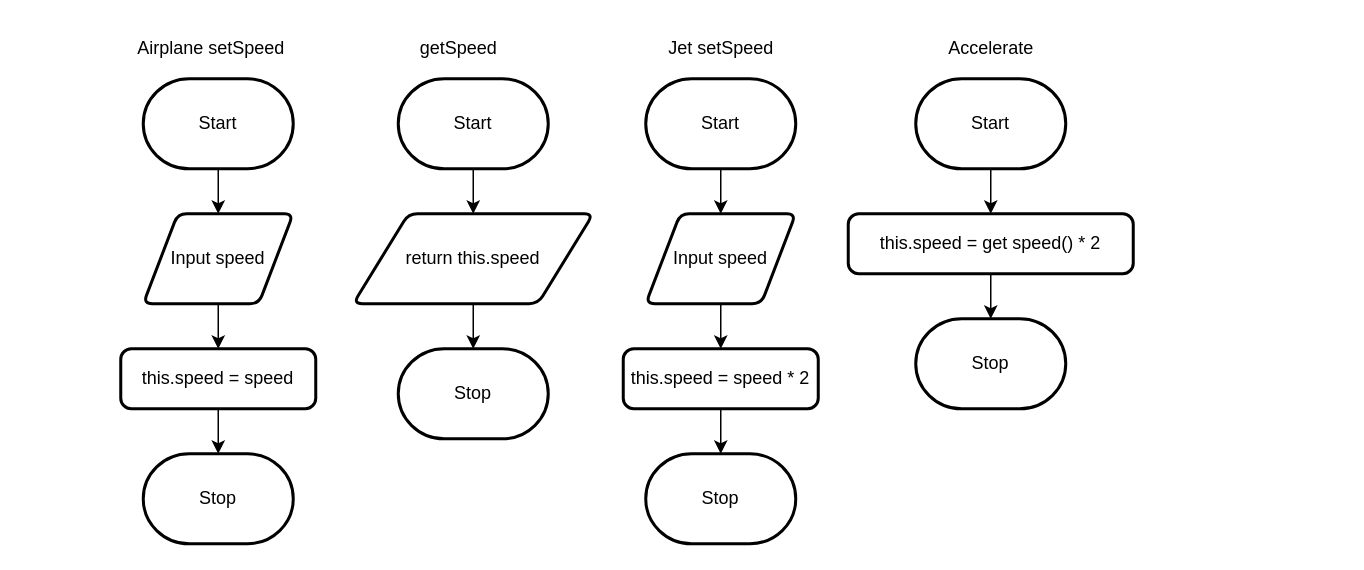
Earlier version of the draw.io diagram Unit2-07/Design/flowchart.drawio (Samuel-Webster-178/ICS4U-Unit2-Samuel-Webster). Source tidied: cells renumbered, new cells numbered last; positions are measured from the earlier drawing's top-left corner, leaving out a move shared by most shapes. Both pictures are drawn from the tidied source at 150%, with x=0, y=0 at pixel (120, 26).
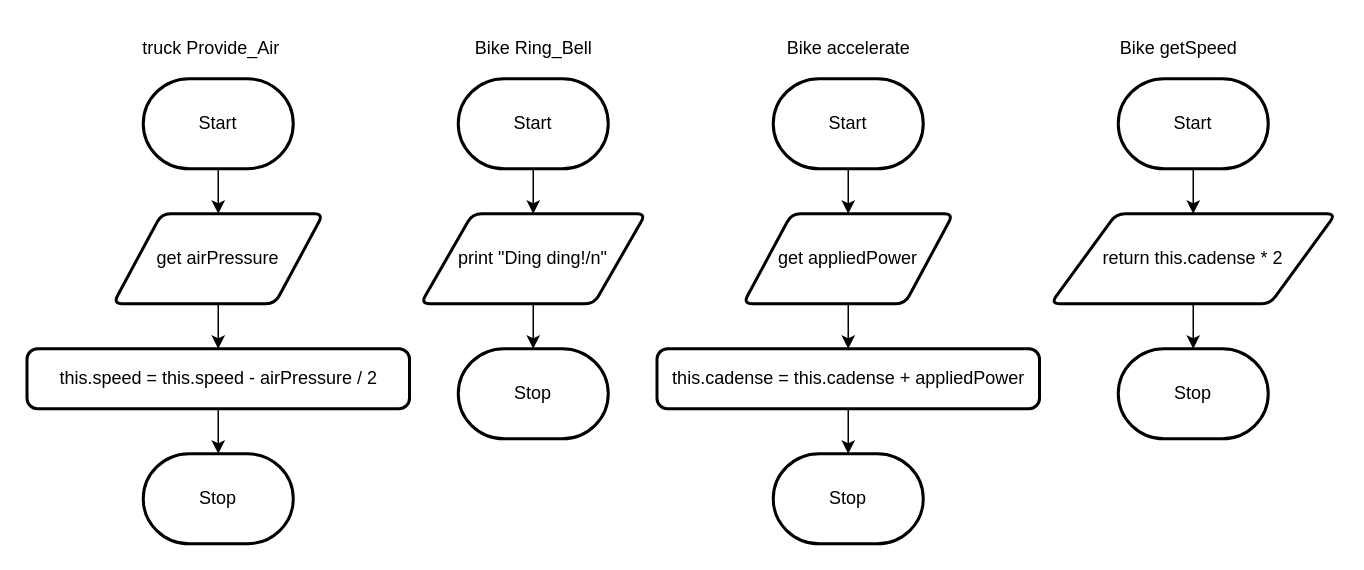
The same page after the edit.

The change refers to these unchanged cells:
```xml
<mxCell id="3" value="Start" style="strokeWidth=2;html=1;shape=mxgraph.flowchart.terminator;whiteSpace=wrap;" parent="1" vertex="1">
  <mxGeometry x="15" y="35" width="100" height="60" as="geometry" />
</mxCell>
```

Change to the diagram source:
```diff
@@
-    <mxCell id="2" style="edgeStyle=none;html=1;" parent="1" edge="1" source="3" target="11">
-      <mxGeometry relative="1" as="geometry" />
+    <mxCell id="2" style="edgeStyle=none;html=1;" parent="1" edge="1" source="3">
+      <mxGeometry relative="1" as="geometry">
+        <mxPoint x="65" y="125" as="targetPoint" />
+      </mxGeometry>
     </mxCell>
@@
-    <mxCell id="6" value="this.speed = speed" style="rounded=1;whiteSpace=wrap;html=1;absoluteArcSize=1;arcSize=14;strokeWidth=2;" parent="1" vertex="1">
-      <mxGeometry y="215" width="130" height="40" as="geometry" />
+    <mxCell id="6" value="&lt;font style=&quot;&quot; face=&quot;Source Code Pro, Arial&quot;&gt;this.speed = this.speed - airPressure / 2&lt;/font&gt;" style="rounded=1;whiteSpace=wrap;html=1;absoluteArcSize=1;arcSize=14;strokeWidth=2;" parent="1" vertex="1">
+      <mxGeometry x="-62.5" y="215" width="255" height="40" as="geometry" />
     </mxCell>
-    <mxCell id="7" style="edgeStyle=none;html=1;" parent="1" edge="1" source="8" target="13">
-      <mxGeometry relative="1" as="geometry" />
-    </mxCell>
-    <mxCell id="8" value="Start" style="strokeWidth=2;html=1;shape=mxgraph.flowchart.terminator;whiteSpace=wrap;" parent="1" vertex="1">
-      <mxGeometry x="185" y="35" width="100" height="60" as="geometry" />
-    </mxCell>
-    <mxCell id="9" value="Stop" style="strokeWidth=2;html=1;shape=mxgraph.flowchart.terminator;whiteSpace=wrap;" parent="1" vertex="1">
-      <mxGeometry x="185" y="215" width="100" height="60" as="geometry" />
-    </mxCell>
-    <mxCell id="10" style="edgeStyle=none;html=1;" parent="1" edge="1" source="11" target="6">
-      <mxGeometry relative="1" as="geometry" />
-    </mxCell>
-    <mxCell id="11" value="Input speed" style="shape=parallelogram;html=1;strokeWidth=2;perimeter=parallelogramPerimeter;whiteSpace=wrap;rounded=1;arcSize=12;size=0.23;" parent="1" vertex="1">
-      <mxGeometry x="15" y="125" width="100" height="60" as="geometry" />
-    </mxCell>
-    <mxCell id="12" style="edgeStyle=none;html=1;" parent="1" edge="1" source="13" target="9">
-      <mxGeometry relative="1" as="geometry" />
-    </mxCell>
-    <mxCell id="13" value="return this.speed" style="shape=parallelogram;html=1;strokeWidth=2;perimeter=parallelogramPerimeter;whiteSpace=wrap;rounded=1;arcSize=12;size=0.23;" parent="1" vertex="1">
-      <mxGeometry x="155" y="125" width="160" height="60" as="geometry" />
-    </mxCell>
-    <mxCell id="14" style="edgeStyle=none;html=1;" parent="1" edge="1" source="15" target="20">
-      <mxGeometry relative="1" as="geometry" />
-    </mxCell>
-    <mxCell id="15" value="Start" style="strokeWidth=2;html=1;shape=mxgraph.flowchart.terminator;whiteSpace=wrap;" parent="1" vertex="1">
-      <mxGeometry x="350" y="35" width="100" height="60" as="geometry" />
-    </mxCell>
-    <mxCell id="16" value="Stop" style="strokeWidth=2;html=1;shape=mxgraph.flowchart.terminator;whiteSpace=wrap;" parent="1" vertex="1">
-      <mxGeometry x="350" y="285" width="100" height="60" as="geometry" />
-    </mxCell>
-    <mxCell id="17" style="edgeStyle=none;html=1;" parent="1" edge="1" source="18" target="16">
-      <mxGeometry relative="1" as="geometry" />
-    </mxCell>
-    <mxCell id="18" value="this.speed = speed * 2" style="rounded=1;whiteSpace=wrap;html=1;absoluteArcSize=1;arcSize=14;strokeWidth=2;" parent="1" vertex="1">
-      <mxGeometry x="335" y="215" width="130" height="40" as="geometry" />
-    </mxCell>
-    <mxCell id="19" style="edgeStyle=none;html=1;" parent="1" edge="1" source="20" target="18">
-      <mxGeometry relative="1" as="geometry" />
-    </mxCell>
-    <mxCell id="20" value="Input speed" style="shape=parallelogram;html=1;strokeWidth=2;perimeter=parallelogramPerimeter;whiteSpace=wrap;rounded=1;arcSize=12;size=0.23;" parent="1" vertex="1">
-      <mxGeometry x="350" y="125" width="100" height="60" as="geometry" />
-    </mxCell>
-    <mxCell id="21" style="edgeStyle=none;html=1;" parent="1" edge="1" source="22" target="25">
-      <mxGeometry relative="1" as="geometry" />
-    </mxCell>
-    <mxCell id="22" value="Start" style="strokeWidth=2;html=1;shape=mxgraph.flowchart.terminator;whiteSpace=wrap;" parent="1" vertex="1">
-      <mxGeometry x="530" y="35" width="100" height="60" as="geometry" />
-    </mxCell>
-    <mxCell id="23" value="Stop" style="strokeWidth=2;html=1;shape=mxgraph.flowchart.terminator;whiteSpace=wrap;" parent="1" vertex="1">
-      <mxGeometry x="530" y="195" width="100" height="60" as="geometry" />
-    </mxCell>
-    <mxCell id="24" style="edgeStyle=none;html=1;" parent="1" edge="1" source="25" target="23">
-      <mxGeometry relative="1" as="geometry" />
-    </mxCell>
-    <mxCell id="25" value="this.speed = get speed() * 2" style="rounded=1;whiteSpace=wrap;html=1;absoluteArcSize=1;arcSize=14;strokeWidth=2;" parent="1" vertex="1">
-      <mxGeometry x="485" y="125" width="190" height="40" as="geometry" />
-    </mxCell>
-    <mxCell id="26" value="Accelerate" style="text;html=1;align=center;verticalAlign=middle;strokeColor=none;fillColor=none;" parent="1" vertex="1">
-      <mxGeometry x="540" width="80" height="30" as="geometry" />
-    </mxCell>
-    <mxCell id="27" value="Jet setSpeed" style="text;html=1;align=center;verticalAlign=middle;strokeColor=none;fillColor=none;" parent="1" vertex="1">
-      <mxGeometry x="355" width="90" height="30" as="geometry" />
-    </mxCell>
-    <mxCell id="28" value="Airplane setSpeed" style="text;html=1;align=center;verticalAlign=middle;strokeColor=none;fillColor=none;" parent="1" vertex="1">
-      <mxGeometry width="120" height="30" as="geometry" />
+    <mxCell id="28" value="truck Provide_Air" style="text;html=1;align=center;verticalAlign=middle;strokeColor=none;fillColor=none;" parent="1" vertex="1">
+      <mxGeometry x="5" width="110" height="30" as="geometry" />
     </mxCell>
-    <mxCell id="29" value="getSpeed" style="text;html=1;align=center;verticalAlign=middle;strokeColor=none;fillColor=none;" parent="1" vertex="1">
-      <mxGeometry x="185" width="80" height="30" as="geometry" />
-    </mxCell>
+    <mxCell id="30" style="edgeStyle=none;html=1;" parent="1" edge="1" source="31" target="6">
+      <mxGeometry relative="1" as="geometry" />
+    </mxCell>
+    <mxCell id="31" value="get airPressure" style="shape=parallelogram;html=1;strokeWidth=2;perimeter=parallelogramPerimeter;whiteSpace=wrap;rounded=1;arcSize=12;size=0.23;labelBackgroundColor=#FFFFFF;" parent="1" vertex="1">
+      <mxGeometry x="-5" y="125" width="140" height="60" as="geometry" />
+    </mxCell>
+    <mxCell id="32" style="edgeStyle=none;html=1;" parent="1" edge="1" source="33" target="35">
+      <mxGeometry relative="1" as="geometry" />
+    </mxCell>
+    <mxCell id="33" value="Start" style="strokeWidth=2;html=1;shape=mxgraph.flowchart.terminator;whiteSpace=wrap;" parent="1" vertex="1">
+      <mxGeometry x="225" y="35" width="100" height="60" as="geometry" />
+    </mxCell>
+    <mxCell id="34" style="edgeStyle=none;html=1;" parent="1" edge="1" source="35" target="37">
+      <mxGeometry relative="1" as="geometry" />
+    </mxCell>
+    <mxCell id="35" value="print &quot;Ding ding!/n&quot;" style="shape=parallelogram;html=1;strokeWidth=2;perimeter=parallelogramPerimeter;whiteSpace=wrap;rounded=1;arcSize=12;size=0.23;labelBackgroundColor=#FFFFFF;" parent="1" vertex="1">
+      <mxGeometry x="200" y="125" width="150" height="60" as="geometry" />
+    </mxCell>
+    <mxCell id="36" value="Bike Ring_Bell" style="text;html=1;align=center;verticalAlign=middle;strokeColor=none;fillColor=none;" parent="1" vertex="1">
+      <mxGeometry x="225" width="100" height="30" as="geometry" />
+    </mxCell>
+    <mxCell id="37" value="Stop" style="strokeWidth=2;html=1;shape=mxgraph.flowchart.terminator;whiteSpace=wrap;" parent="1" vertex="1">
+      <mxGeometry x="225" y="215" width="100" height="60" as="geometry" />
+    </mxCell>
+    <mxCell id="38" style="edgeStyle=none;html=1;" parent="1" edge="1" source="39" target="41">
+      <mxGeometry relative="1" as="geometry" />
+    </mxCell>
+    <mxCell id="39" value="Start" style="strokeWidth=2;html=1;shape=mxgraph.flowchart.terminator;whiteSpace=wrap;" parent="1" vertex="1">
+      <mxGeometry x="435" y="35" width="100" height="60" as="geometry" />
+    </mxCell>
+    <mxCell id="40" style="edgeStyle=none;html=1;entryX=0.5;entryY=0;entryDx=0;entryDy=0;" parent="1" edge="1" source="41" target="43">
+      <mxGeometry relative="1" as="geometry" />
+    </mxCell>
+    <mxCell id="41" value="get&amp;nbsp;appliedPower" style="shape=parallelogram;html=1;strokeWidth=2;perimeter=parallelogramPerimeter;whiteSpace=wrap;rounded=1;arcSize=12;size=0.23;labelBackgroundColor=#FFFFFF;" parent="1" vertex="1">
+      <mxGeometry x="415" y="125" width="140" height="60" as="geometry" />
+    </mxCell>
+    <mxCell id="42" style="edgeStyle=none;html=1;" parent="1" edge="1" source="43" target="44">
+      <mxGeometry relative="1" as="geometry" />
+    </mxCell>
+    <mxCell id="43" value="&lt;font face=&quot;Source Code Pro, Arial&quot;&gt;this.cadense = this.cadense + appliedPower&lt;/font&gt;" style="rounded=1;whiteSpace=wrap;html=1;absoluteArcSize=1;arcSize=14;strokeWidth=2;" parent="1" vertex="1">
+      <mxGeometry x="357.5" y="215" width="255" height="40" as="geometry" />
+    </mxCell>
+    <mxCell id="44" value="Stop" style="strokeWidth=2;html=1;shape=mxgraph.flowchart.terminator;whiteSpace=wrap;" parent="1" vertex="1">
+      <mxGeometry x="435" y="285" width="100" height="60" as="geometry" />
+    </mxCell>
+    <mxCell id="45" value="Bike accelerate" style="text;html=1;align=center;verticalAlign=middle;strokeColor=none;fillColor=none;" parent="1" vertex="1">
+      <mxGeometry x="430" width="110" height="30" as="geometry" />
+    </mxCell>
+    <mxCell id="46" style="edgeStyle=none;html=1;" parent="1" edge="1" source="47" target="49">
+      <mxGeometry relative="1" as="geometry" />
+    </mxCell>
+    <mxCell id="47" value="Start" style="strokeWidth=2;html=1;shape=mxgraph.flowchart.terminator;whiteSpace=wrap;" parent="1" vertex="1">
+      <mxGeometry x="665" y="35" width="100" height="60" as="geometry" />
+    </mxCell>
+    <mxCell id="48" style="edgeStyle=none;html=1;" parent="1" edge="1" source="49" target="50">
+      <mxGeometry relative="1" as="geometry" />
+    </mxCell>
+    <mxCell id="49" value="return this.cadense * 2" style="shape=parallelogram;html=1;strokeWidth=2;perimeter=parallelogramPerimeter;whiteSpace=wrap;rounded=1;arcSize=12;size=0.23;labelBackgroundColor=#FFFFFF;" parent="1" vertex="1">
+      <mxGeometry x="620" y="125" width="190" height="60" as="geometry" />
+    </mxCell>
+    <mxCell id="50" value="Stop" style="strokeWidth=2;html=1;shape=mxgraph.flowchart.terminator;whiteSpace=wrap;" parent="1" vertex="1">
+      <mxGeometry x="665" y="215" width="100" height="60" as="geometry" />
+    </mxCell>
+    <mxCell id="51" value="Bike getSpeed" style="text;html=1;align=center;verticalAlign=middle;strokeColor=none;fillColor=none;" parent="1" vertex="1">
+      <mxGeometry x="655" width="100" height="30" as="geometry" />
+    </mxCell>
```
